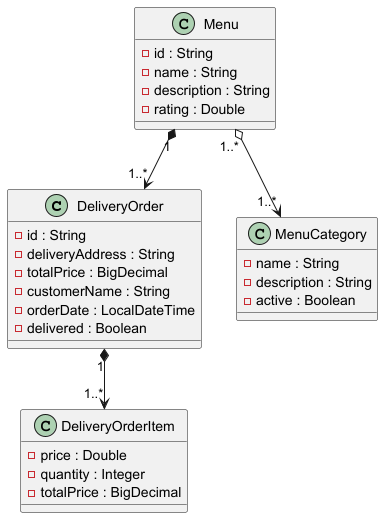
This is docs/delivery-food.model.png from miw-upm/apaw-practice, a PlantUML export, as it was before one commit. Its diagram source:
```plantuml
@startuml

class DeliveryOrder {
- id : String
- deliveryAddress : String
- totalPrice : BigDecimal
- customerName : String
- orderDate : LocalDateTime
- delivered : Boolean
}

class DeliveryOrderItem {
- price : Double
- quantity : Integer
- totalPrice : BigDecimal
}

class Menu {
- id : String
- name : String
- description : String
- rating : Double
}

class MenuCategory {
- name : String
- description : String
- active : Boolean
}

Menu "1" *-down-> "1..*" DeliveryOrder
DeliveryOrder "1" *-down-> "1..*" DeliveryOrderItem
Menu "1..*" o-down-> "1..*" MenuCategory

@enduml
```
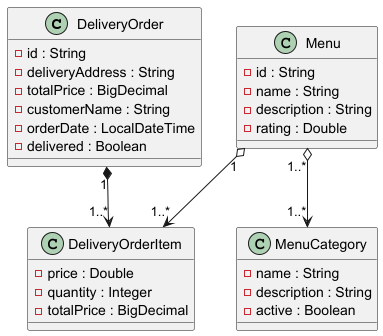
The same file after the commit.

Commit message:
Modify delivery-food diagram #838

What changed in the source:
```diff
@@ -28,7 +28,7 @@
 - active : Boolean
 }
 
-Menu "1" *-down-> "1..*" DeliveryOrder
+Menu "1" o-down-> "1..*" DeliveryOrderItem
 DeliveryOrder "1" *-down-> "1..*" DeliveryOrderItem
 Menu "1..*" o-down-> "1..*" MenuCategory
 
```
